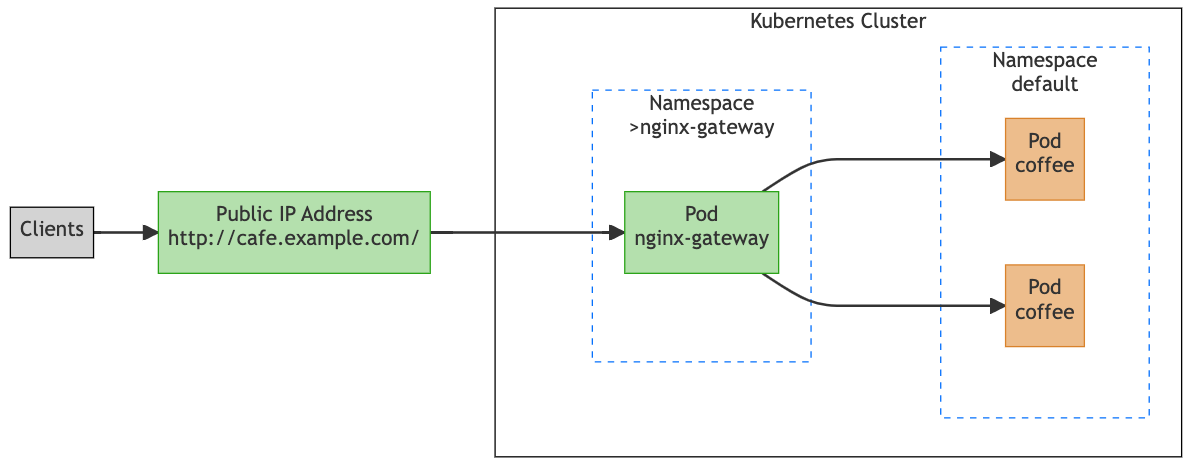
Earlier version of the Mermaid export docs/images/route-all-traffic-flow.png (nginxinc/nginx-gateway-fabric). Its source is kept beside it as docs/images/source/route-all-traffic-flow.mermaid. Source of this version:
```mermaid
graph LR
  clients[Clients]
  nkgSvc["Public IP Address\nhttp://cafe.example.com/"]

    subgraph cluster [Kubernetes Cluster]
        style cluster fill:#FFFFFF,stroke:#000000
        subgraph clusterPadding [" "]
            subgraph clusterPadding2 [" "]
                subgraph gwNS [Namespace\n>nginx-gateway]
                    nkgPod[Pod\nnginx-gateway]
                end
            end
        end

        subgraph appNs [Namespace\ndefault]
            subgraph nsPadding [" "]
                coffeePod1[Pod\ncoffee]
                coffeePod2[Pod\ncoffee]
            end
        end
    end



  nkgSvc --> nkgPod
  nkgPod --> coffeePod1 & coffeePod2
  clients --> nkgSvc

  class clusterPadding,nsPadding,clusterPadding2 noBorder
  class gwNS,appNs namespace
  class nkgPod,nkgSvc nginxNode
  class coffeePod1,coffeePod2 coffeeNode
  class clients clientNode


  classDef noBorder stroke:none,fill:none
  classDef default fill:#FFFFFF,stroke:#000000
  classDef namespace fill:#FFFFFF,stroke:#036ffc,stroke-dasharray: 5 5,text-align:center
  classDef nginxNode fill:#b4e0ad,stroke:#2AA317
  classDef coffeeNode fill:#edbd8c,stroke:#D9822B
  classDef clientNode fill:#D3D3D3
```
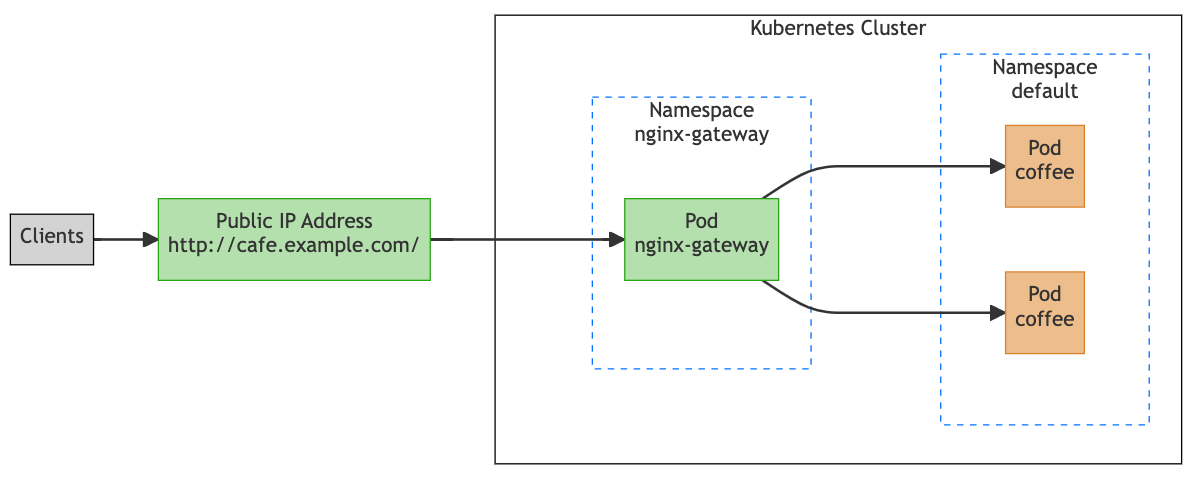
Above is the later version.

Commit message:
Fix traffic flow diagram

Diff of the diagram source:
```diff
@@ -6,7 +6,7 @@
         style cluster fill:#FFFFFF,stroke:#000000
         subgraph clusterPadding [" "]
             subgraph clusterPadding2 [" "]
-                subgraph gwNS [Namespace\n>nginx-gateway]
+                subgraph gwNS [Namespace\nnginx-gateway]
                     nkgPod[Pod\nnginx-gateway]
                 end
             end
```
